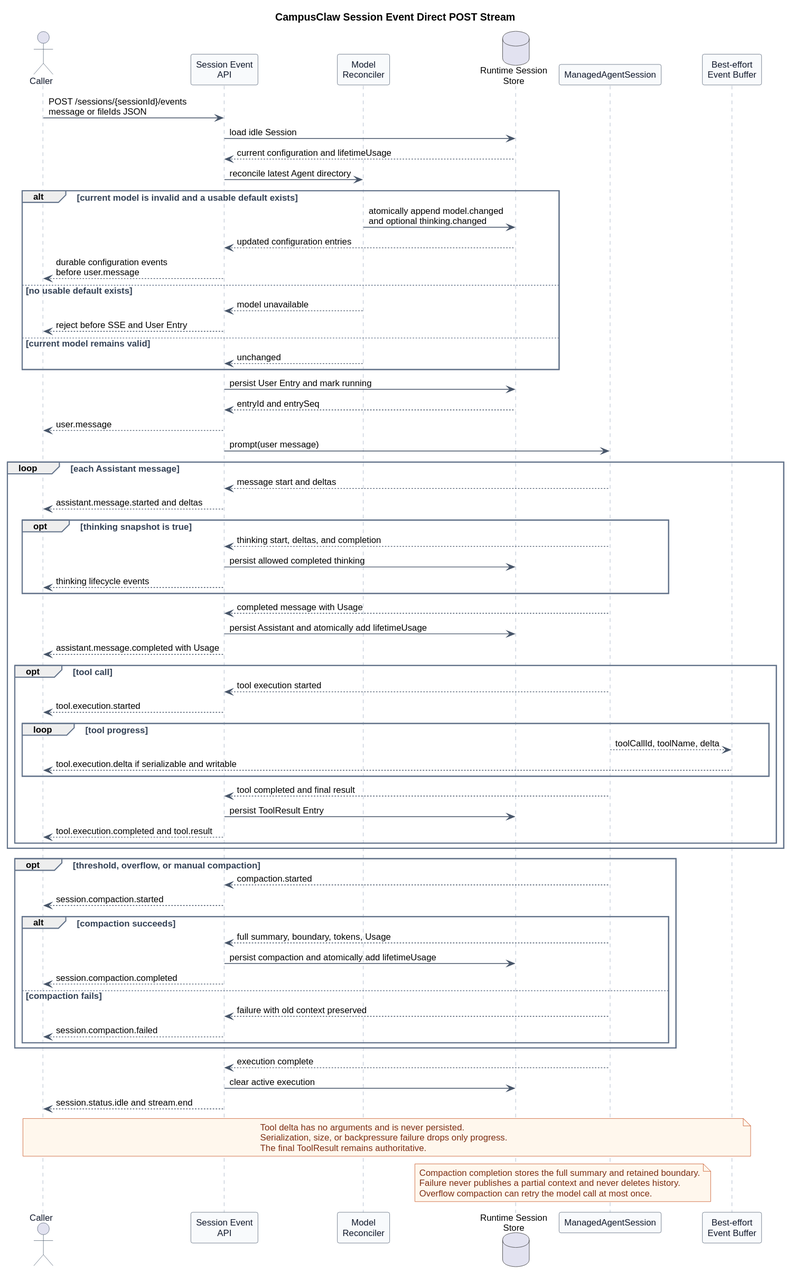
ssm0808/pi-mono-java-design keeps this PlantUML diagram as pi-mono-java-manager-driven-multi-agent-runtime/diagrams/session-events/http_session_event_stream.svg. Above is the earlier version.
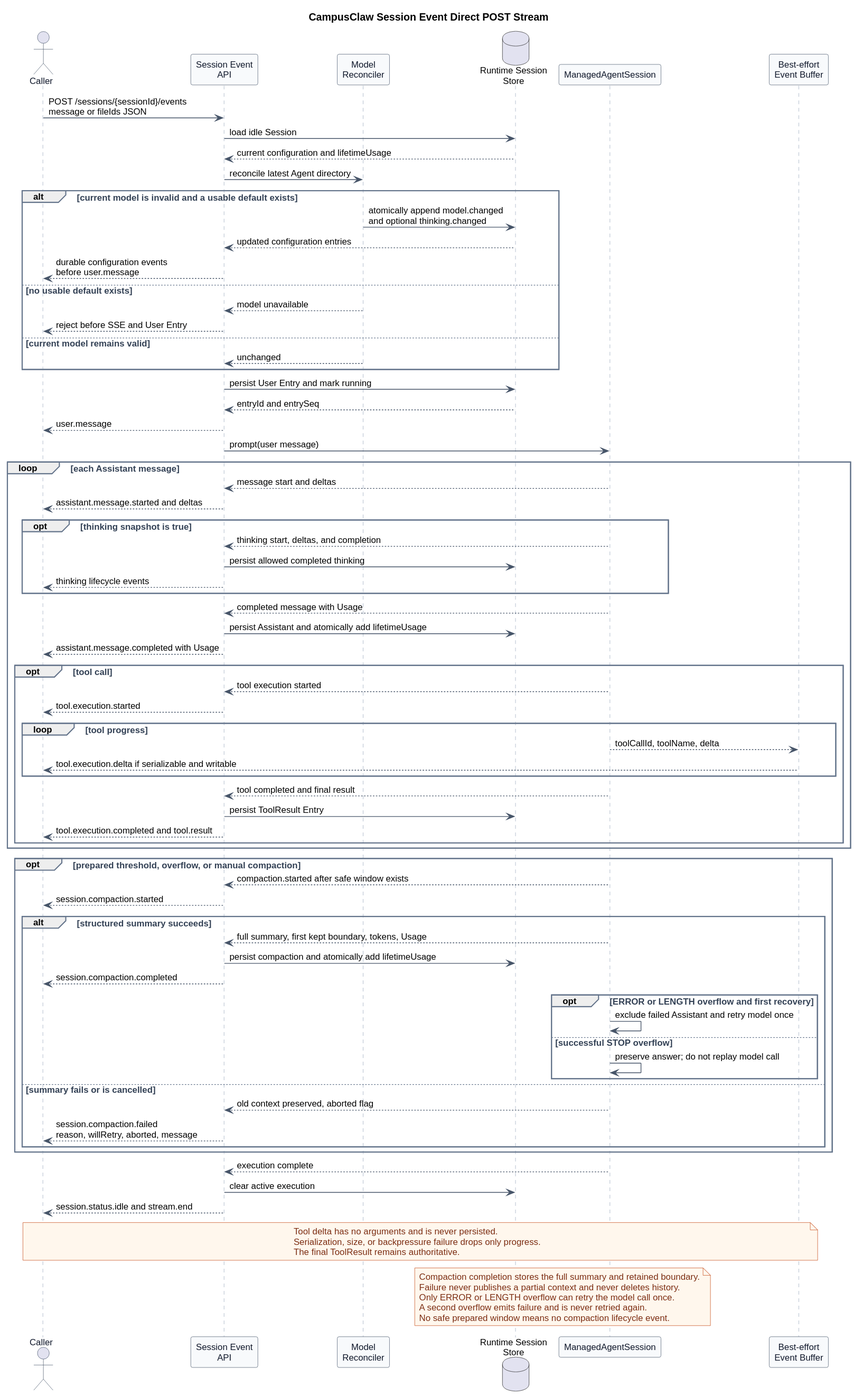
The same diagram one commit later.

What changed in the source:
```diff
@@ -77,16 +77,21 @@
   end
 end
 
-opt threshold, overflow, or manual compaction
-  Session --> API : compaction.started
+opt prepared threshold, overflow, or manual compaction
+  Session --> API : compaction.started after safe window exists
   API --> Caller : session.compaction.started
-  alt compaction succeeds
-    Session --> API : full summary, boundary, tokens, Usage
+  alt structured summary succeeds
+    Session --> API : full summary, first kept boundary, tokens, Usage
     API -> Store : persist compaction and atomically add lifetimeUsage
     API --> Caller : session.compaction.completed
-  else compaction fails
-    Session --> API : failure with old context preserved
-    API --> Caller : session.compaction.failed
+    opt ERROR or LENGTH overflow and first recovery
+      Session -> Session : exclude failed Assistant and retry model once
+    else successful STOP overflow
+      Session -> Session : preserve answer; do not replay model call
+    end
+  else summary fails or is cancelled
+    Session --> API : old context preserved, aborted flag
+    API --> Caller : session.compaction.failed\nreason, willRetry, aborted, message
   end
 end
 
@@ -103,6 +108,8 @@
 note over Session,Store
 Compaction completion stores the full summary and retained boundary.
 Failure never publishes a partial context and never deletes history.
-Overflow compaction can retry the model call at most once.
+Only ERROR or LENGTH overflow can retry the model call once.
+A second overflow emits failure and is never retried again.
+No safe prepared window means no compaction lifecycle event.
 end note
 @enduml
```
